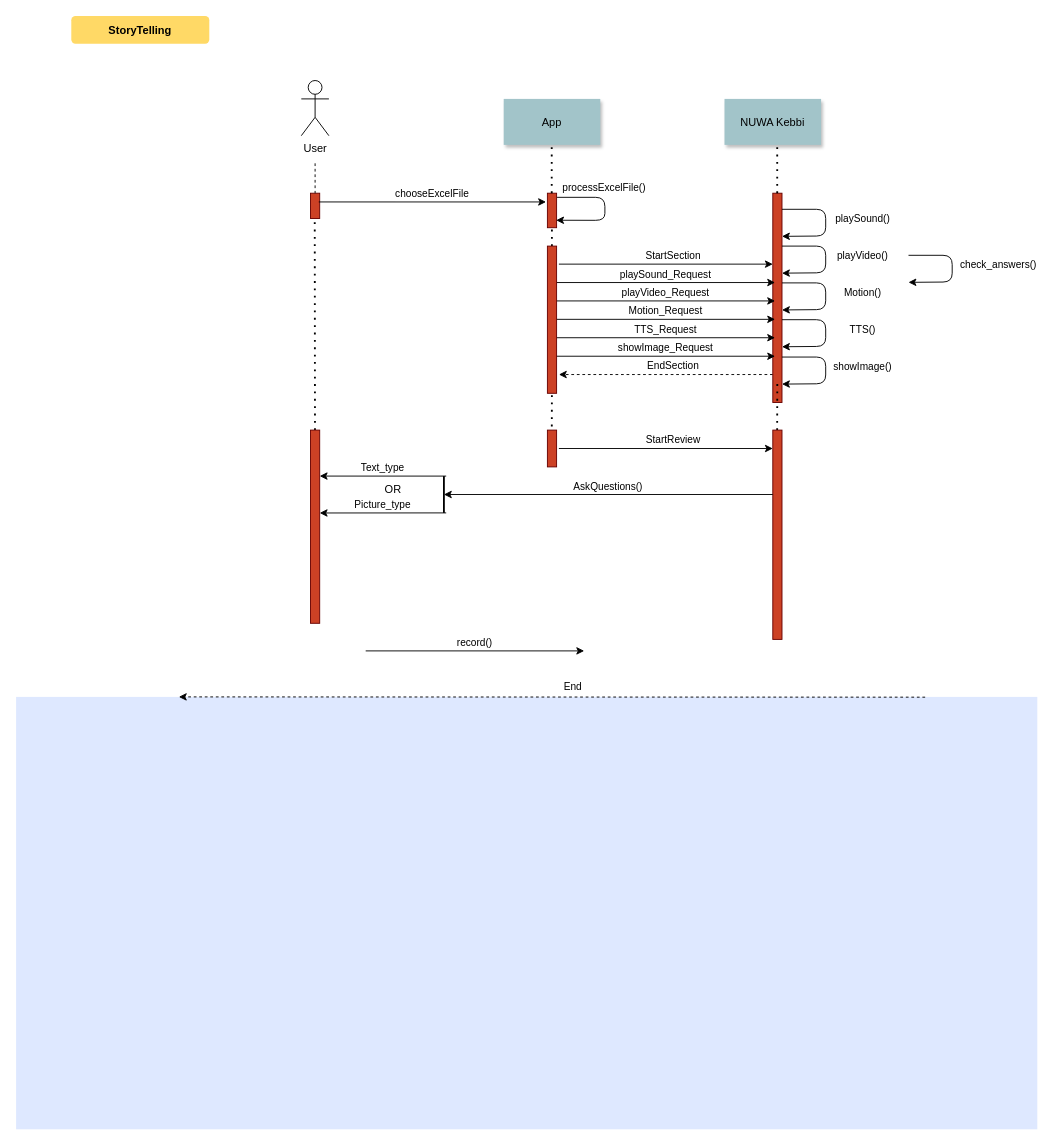
The draw.io diagram page "sequence diagram" (1 of 3) of Untitled Diagram.drawio in chewwwyong/dosomethingexcel, before the edit. Source tidied: cells renumbered, new cells numbered last; positions are measured from the earlier drawing's top-left corner, leaving out a move shared by most shapes. Both pictures are drawn from the tidied source at 92%, with x=0, y=0 at pixel (16, 16).
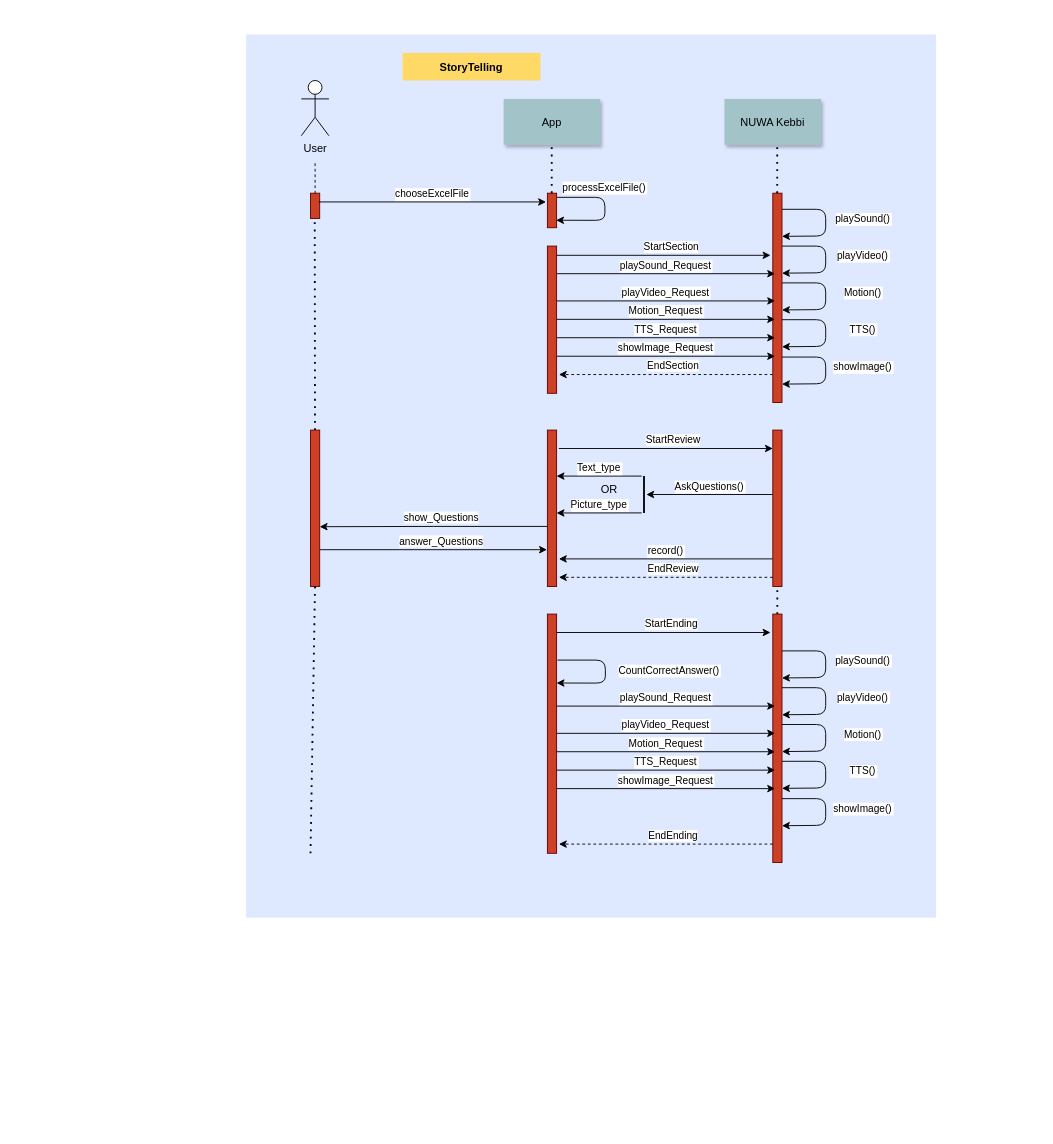
The same page after the edit.

What changed in the source:
```diff
@@
+    <mxCell id="48" style="endArrow=none;dashed=1;html=1;dashPattern=1 3;strokeWidth=2;entryX=0.5;entryY=1;entryDx=0;entryDy=0;" parent="1" edge="1">
+      <mxGeometry relative="1" as="geometry">
+        <mxPoint x="582.2" y="680" as="sourcePoint" />
+        <mxPoint x="582.5" y="590" as="targetPoint" />
+      </mxGeometry>
+    </mxCell>
+    <mxCell id="43" style="endArrow=none;dashed=1;html=1;dashPattern=1 3;strokeWidth=2;entryX=0.5;entryY=1;entryDx=0;entryDy=0;" parent="1" edge="1">
+      <mxGeometry relative="1" as="geometry">
+        <mxPoint x="827.1" y="490" as="sourcePoint" />
+        <mxPoint x="827.4" y="400" as="targetPoint" />
+      </mxGeometry>
+    </mxCell>
@@
     <mxCell id="4" style="fillColor=#DEE8FF;strokeColor=none;" parent="1" vertex="1">
-      <mxGeometry y="740" width="1110" height="470" as="geometry" />
+      <mxGeometry x="250" y="20" width="750" height="960" as="geometry" />
     </mxCell>
@@
-    <mxCell id="14" value="StoryTelling" style="rounded=1;fontStyle=1;fillColor=#FFD966;strokeColor=none;" parent="1" vertex="1">
-      <mxGeometry x="60" width="150" height="30" as="geometry" />
+    <mxCell id="14" value="StoryTelling" style="rounded=1;fontStyle=1;fillColor=#FFD966;strokeColor=none;arcSize=0;" parent="1" vertex="1">
+      <mxGeometry x="420" y="40" width="150" height="30" as="geometry" />
     </mxCell>
@@
-    <mxCell id="16" style="endArrow=classic;html=1;dashed=1;exitX=-0.021;exitY=0.929;exitDx=0;exitDy=0;exitPerimeter=0;" parent="1" edge="1">
-      <mxGeometry relative="1" as="geometry">
-        <mxPoint x="988.1" y="740.3" as="sourcePoint" />
-        <mxPoint x="176.9" y="740" as="targetPoint" />
-      </mxGeometry>
-    </mxCell>
-    <mxCell id="17" value="End" style="edgeLabel;html=1;align=center;verticalAlign=middle;" parent="16" vertex="1">
-      <mxGeometry x="0.07" y="1" relative="1" as="geometry">
-        <mxPoint x="50.2" y="-12.2" as="offset" />
-      </mxGeometry>
-    </mxCell>
-    <mxCell id="18" value="Text_type" style="edgeStyle=elbowEdgeStyle;elbow=vertical;verticalLabelPosition=top;verticalAlign=bottom;startArrow=classic;startFill=1;endArrow=none;endFill=0;exitX=1;exitY=0.238;exitDx=0;exitDy=0;exitPerimeter=0;" parent="1" edge="1" source="46">
-      <mxGeometry x="307.5" y="540" as="geometry">
-        <mxPoint x="467.5" y="500" as="targetPoint" />
-        <Array as="points">
-          <mxPoint x="397.5" y="500" />
-          <mxPoint x="347.5" y="570" />
-        </Array>
-      </mxGeometry>
-    </mxCell>
-    <mxCell id="19" value="Picture_type" style="edgeStyle=elbowEdgeStyle;elbow=vertical;verticalLabelPosition=top;verticalAlign=bottom;endArrow=none;endFill=0;startArrow=classic;startFill=1;exitX=1;exitY=0.429;exitDx=0;exitDy=0;exitPerimeter=0;" parent="1" edge="1" source="46">
-      <mxGeometry x="307.5" y="580" as="geometry">
-        <mxPoint x="467.5" y="540" as="targetPoint" />
-        <Array as="points">
-          <mxPoint x="397.5" y="540" />
-          <mxPoint x="347.5" y="610" />
-        </Array>
-      </mxGeometry>
-    </mxCell>
     <mxCell id="20" style="line;strokeWidth=2;direction=south;html=1;" parent="1" vertex="1">
-      <mxGeometry x="460" y="500" width="10" height="40" as="geometry" />
+      <mxGeometry x="677.5" y="500" width="10" height="40" as="geometry" />
     </mxCell>
     <mxCell id="21" value="OR" style="text;html=1;fillColor=none;align=center;verticalAlign=middle;whiteSpace=wrap;rounded=0;" parent="1" vertex="1">
-      <mxGeometry x="400" y="510" width="20" height="10" as="geometry" />
+      <mxGeometry x="635" y="510" width="20" height="10" as="geometry" />
     </mxCell>
@@
     <mxCell id="25" value="playSound_Request" style="edgeStyle=elbowEdgeStyle;elbow=vertical;verticalLabelPosition=top;verticalAlign=bottom;" parent="1" edge="1">
-      <mxGeometry x="530" y="329.6" as="geometry">
-        <mxPoint x="587.5" y="289.6" as="sourcePoint" />
-        <mxPoint x="825" y="289.8" as="targetPoint" />
+      <mxGeometry x="530" y="320" as="geometry">
+        <mxPoint x="587.5" y="280" as="sourcePoint" />
+        <mxPoint x="825" y="280.2" as="targetPoint" />
         <Array as="points">
-          <mxPoint x="620" y="289.6" />
-          <mxPoint x="570" y="359.6" />
+          <mxPoint x="620" y="280" />
+          <mxPoint x="570" y="350" />
         </Array>
       </mxGeometry>
     </mxCell>
@@
-    <mxCell id="29" value="record()" style="edgeStyle=elbowEdgeStyle;elbow=vertical;verticalLabelPosition=top;verticalAlign=bottom;" parent="1" edge="1">
-      <mxGeometry x="322.5" y="730" as="geometry">
-        <mxPoint x="380" y="690" as="sourcePoint" />
-        <mxPoint x="617.5" y="690.2" as="targetPoint" />
+    <mxCell id="29" value="record()" style="edgeStyle=elbowEdgeStyle;elbow=vertical;verticalLabelPosition=top;verticalAlign=bottom;endArrow=none;endFill=0;startArrow=classic;startFill=1;" parent="1" edge="1">
+      <mxGeometry x="527.5" y="630" as="geometry">
+        <mxPoint x="590" y="590" as="sourcePoint" />
+        <mxPoint x="822.5" y="590.2" as="targetPoint" />
         <Array as="points">
-          <mxPoint x="412.5" y="690" />
-          <mxPoint x="362.5" y="760" />
+          <mxPoint x="617.5" y="590" />
+          <mxPoint x="567.5" y="660" />
         </Array>
       </mxGeometry>
     </mxCell>
@@
-    <mxCell id="31" value="check_answers()" style="edgeStyle=none;verticalLabelPosition=top;verticalAlign=bottom;entryX=1;entryY=0.25;entryDx=0;entryDy=0;" parent="1" edge="1">
-      <mxGeometry x="137.5" y="50" as="geometry">
-        <mxPoint x="970" y="260" as="sourcePoint" />
-        <mxPoint x="970" y="289.4" as="targetPoint" />
-        <Array as="points">
-          <mxPoint x="1017.5" y="260" />
-          <mxPoint x="1017.5" y="289" />
-        </Array>
-        <mxPoint x="98" y="5" as="offset" />
-      </mxGeometry>
-    </mxCell>
@@
     <mxCell id="38" style="fillColor=#CC4125;strokeColor=#660000;" parent="1" vertex="1">
-      <mxGeometry x="577.5" y="450" width="10" height="40" as="geometry" />
+      <mxGeometry x="577.5" y="450" width="10" height="170" as="geometry" />
     </mxCell>
     <mxCell id="39" style="edgeStyle=orthogonalEdgeStyle;rounded=0;orthogonalLoop=1;jettySize=auto;html=1;startArrow=classic;startFill=1;endArrow=none;endFill=0;" parent="1" edge="1">
       <mxGeometry relative="1" as="geometry">
-        <mxPoint x="822.5" y="269.6" as="sourcePoint" />
-        <mxPoint x="590" y="269.6" as="targetPoint" />
+        <mxPoint x="820" y="260" as="sourcePoint" />
+        <mxPoint x="587.5" y="260" as="targetPoint" />
         <Array as="points">
-          <mxPoint x="590" y="269.6" />
+          <mxPoint x="587.5" y="260" />
         </Array>
       </mxGeometry>
     </mxCell>
@@
-    <mxCell id="43" style="endArrow=none;dashed=1;html=1;dashPattern=1 3;strokeWidth=2;entryX=0.5;entryY=1;entryDx=0;entryDy=0;" parent="1" edge="1">
-      <mxGeometry relative="1" as="geometry">
-        <mxPoint x="827.1" y="490" as="sourcePoint" />
-        <mxPoint x="827.4" y="400" as="targetPoint" />
-      </mxGeometry>
-    </mxCell>
     <mxCell id="44" style="fillColor=#CC4125;strokeColor=#660000;" parent="1" vertex="1">
-      <mxGeometry x="822.5" y="450" width="10" height="227.5" as="geometry" />
+      <mxGeometry x="822.5" y="450" width="10" height="170" as="geometry" />
     </mxCell>
@@
     <mxCell id="46" style="fillColor=#CC4125;strokeColor=#660000;" parent="1" vertex="1">
-      <mxGeometry x="320" y="450" width="10" height="210" as="geometry" />
+      <mxGeometry x="320" y="450" width="10" height="170" as="geometry" />
     </mxCell>
     <mxCell id="47" value="AskQuestions()" style="edgeStyle=elbowEdgeStyle;elbow=vertical;verticalLabelPosition=top;verticalAlign=bottom;jumpStyle=arc;entryX=0.535;entryY=0.581;entryDx=0;entryDy=0;entryPerimeter=0;endArrow=none;endFill=0;startArrow=classic;startFill=1;" parent="1" edge="1">
       <mxGeometry x="888.3" y="560.2" as="geometry">
-        <mxPoint x="465" y="520" as="sourcePoint" />
+        <mxPoint x="685" y="520" as="sourcePoint" />
         <mxPoint x="822.5" y="520.4" as="targetPoint" />
         <Array as="points">
           <mxPoint x="803.3" y="520" />
         </Array>
       </mxGeometry>
     </mxCell>
+    <mxCell id="18" value="Text_type" style="edgeStyle=elbowEdgeStyle;elbow=vertical;verticalLabelPosition=top;verticalAlign=bottom;startArrow=classic;startFill=1;endArrow=none;endFill=0;exitX=1;exitY=0.238;exitDx=0;exitDy=0;exitPerimeter=0;" parent="1" edge="1">
+      <mxGeometry x="565" y="540" as="geometry">
+        <mxPoint x="587.5" y="500" as="sourcePoint" />
+        <mxPoint x="680" y="500" as="targetPoint" />
+        <Array as="points">
+          <mxPoint x="655" y="500" />
+          <mxPoint x="605" y="570" />
+        </Array>
+      </mxGeometry>
+    </mxCell>
+    <mxCell id="19" value="Picture_type" style="edgeStyle=elbowEdgeStyle;elbow=vertical;verticalLabelPosition=top;verticalAlign=bottom;endArrow=none;endFill=0;startArrow=classic;startFill=1;exitX=1;exitY=0.429;exitDx=0;exitDy=0;exitPerimeter=0;" parent="1" edge="1">
+      <mxGeometry x="565" y="580" as="geometry">
+        <mxPoint x="587.5" y="540.1" as="sourcePoint" />
+        <mxPoint x="680" y="540" as="targetPoint" />
+        <Array as="points">
+          <mxPoint x="655" y="540" />
+          <mxPoint x="605" y="610" />
+        </Array>
+      </mxGeometry>
+    </mxCell>
+    <mxCell id="49" style="edgeStyle=orthogonalEdgeStyle;rounded=0;orthogonalLoop=1;jettySize=auto;html=1;startArrow=none;startFill=0;endArrow=classic;endFill=1;" parent="1" edge="1">
+      <mxGeometry relative="1" as="geometry">
+        <mxPoint x="577.5" y="554.7" as="sourcePoint" />
+        <mxPoint x="330" y="555" as="targetPoint" />
+        <Array as="points">
+          <mxPoint x="454" y="555" />
+          <mxPoint x="330" y="555" />
+        </Array>
+      </mxGeometry>
+    </mxCell>
+    <mxCell id="50" value="show_Questions" style="edgeLabel;html=1;align=center;verticalAlign=middle;" parent="49" vertex="1">
+      <mxGeometry x="-0.06" relative="1" as="geometry">
+        <mxPoint y="-10" as="offset" />
+      </mxGeometry>
+    </mxCell>
+    <mxCell id="51" style="edgeStyle=orthogonalEdgeStyle;rounded=0;orthogonalLoop=1;jettySize=auto;html=1;startArrow=classic;startFill=1;endArrow=none;endFill=0;" parent="1" edge="1">
+      <mxGeometry relative="1" as="geometry">
+        <mxPoint x="577" y="580" as="sourcePoint" />
+        <mxPoint x="330" y="580" as="targetPoint" />
+        <Array as="points">
+          <mxPoint x="577" y="580" />
+        </Array>
+      </mxGeometry>
+    </mxCell>
+    <mxCell id="52" value="answer_Questions" style="edgeLabel;html=1;align=center;verticalAlign=middle;" parent="51" vertex="1">
+      <mxGeometry x="-0.06" relative="1" as="geometry">
+        <mxPoint y="-10" as="offset" />
+      </mxGeometry>
+    </mxCell>
+    <mxCell id="53" style="edgeStyle=orthogonalEdgeStyle;rounded=0;orthogonalLoop=1;jettySize=auto;html=1;startArrow=none;startFill=0;endArrow=classic;endFill=1;dashed=1;" parent="1" edge="1">
+      <mxGeometry relative="1" as="geometry">
+        <mxPoint x="822.5" y="610" as="sourcePoint" />
+        <mxPoint x="590" y="610" as="targetPoint" />
+        <Array as="points">
+          <mxPoint x="590" y="610" />
+        </Array>
+      </mxGeometry>
+    </mxCell>
+    <mxCell id="54" value="EndReview" style="edgeLabel;html=1;align=center;verticalAlign=middle;" parent="53" vertex="1">
+      <mxGeometry x="-0.06" relative="1" as="geometry">
+        <mxPoint y="-10" as="offset" />
+      </mxGeometry>
+    </mxCell>
+    <mxCell id="55" style="endArrow=none;dashed=1;html=1;dashPattern=1 3;strokeWidth=2;entryX=0.5;entryY=1;entryDx=0;entryDy=0;" parent="1" edge="1" source="58">
+      <mxGeometry relative="1" as="geometry">
+        <mxPoint x="827.4" y="620" as="targetPoint" />
+      </mxGeometry>
+    </mxCell>
+    <mxCell id="56" style="endArrow=none;dashed=1;html=1;dashPattern=1 3;strokeWidth=2;entryX=0.5;entryY=1;entryDx=0;entryDy=0;" parent="1" edge="1">
+      <mxGeometry relative="1" as="geometry">
+        <mxPoint x="320" y="910" as="sourcePoint" />
+        <mxPoint x="324.9" y="620" as="targetPoint" />
+      </mxGeometry>
+    </mxCell>
+    <mxCell id="57" style="fillColor=#CC4125;strokeColor=#660000;" parent="1" vertex="1">
+      <mxGeometry x="577.5" y="650" width="10" height="260" as="geometry" />
+    </mxCell>
+    <mxCell id="58" style="fillColor=#CC4125;strokeColor=#660000;" parent="1" vertex="1">
+      <mxGeometry x="822.5" y="650" width="10" height="270" as="geometry" />
+    </mxCell>
+    <mxCell id="59" style="edgeStyle=orthogonalEdgeStyle;rounded=0;orthogonalLoop=1;jettySize=auto;html=1;startArrow=classic;startFill=1;endArrow=none;endFill=0;" parent="1" edge="1">
+      <mxGeometry relative="1" as="geometry">
+        <mxPoint x="820" y="670" as="sourcePoint" />
+        <mxPoint x="587.5" y="670" as="targetPoint" />
+        <Array as="points">
+          <mxPoint x="587.5" y="670" />
+        </Array>
+      </mxGeometry>
+    </mxCell>
+    <mxCell id="60" value="StartEnding" style="edgeLabel;html=1;align=center;verticalAlign=middle;" parent="59" vertex="1">
+      <mxGeometry x="-0.06" relative="1" as="geometry">
+        <mxPoint y="-10" as="offset" />
+      </mxGeometry>
+    </mxCell>
+    <mxCell id="61" style="edgeStyle=orthogonalEdgeStyle;rounded=0;orthogonalLoop=1;jettySize=auto;html=1;startArrow=none;startFill=0;endArrow=classic;endFill=1;dashed=1;" parent="1" edge="1">
+      <mxGeometry relative="1" as="geometry">
+        <mxPoint x="822.5" y="900" as="sourcePoint" />
+        <mxPoint x="590" y="900" as="targetPoint" />
+        <Array as="points">
+          <mxPoint x="590" y="900" />
+        </Array>
+      </mxGeometry>
+    </mxCell>
+    <mxCell id="62" value="EndEnding" style="edgeLabel;html=1;align=center;verticalAlign=middle;" parent="61" vertex="1">
+      <mxGeometry x="-0.06" relative="1" as="geometry">
+        <mxPoint y="-10" as="offset" />
+      </mxGeometry>
+    </mxCell>
+    <mxCell id="63" value="CountCorrectAnswer()" style="edgeStyle=none;verticalLabelPosition=top;verticalAlign=bottom;entryX=0.953;entryY=0.784;entryDx=0;entryDy=0;entryPerimeter=0;" parent="1" edge="1">
+      <mxGeometry as="geometry">
+        <mxPoint x="588.5" y="700" as="sourcePoint" />
+        <mxPoint x="587.5" y="724.9" as="targetPoint" />
+        <Array as="points">
+          <mxPoint x="640.5" y="700" />
+          <mxPoint x="640.5" y="725" />
+        </Array>
+        <mxPoint x="122" y="8" as="offset" />
+      </mxGeometry>
+    </mxCell>
+    <mxCell id="64" value="playVideo_Request" style="edgeStyle=elbowEdgeStyle;elbow=vertical;verticalLabelPosition=top;verticalAlign=bottom;" parent="1" edge="1">
+      <mxGeometry x="530" y="819.6" as="geometry">
+        <mxPoint x="587.5" y="779.6" as="sourcePoint" />
+        <mxPoint x="825" y="779.8" as="targetPoint" />
+        <Array as="points">
+          <mxPoint x="620" y="779.6" />
+          <mxPoint x="570" y="849.6" />
+        </Array>
+      </mxGeometry>
+    </mxCell>
+    <mxCell id="65" value="Motion_Request" style="edgeStyle=elbowEdgeStyle;elbow=vertical;verticalLabelPosition=top;verticalAlign=bottom;" parent="1" edge="1">
+      <mxGeometry x="530" y="839.6" as="geometry">
+        <mxPoint x="587.5" y="799.6" as="sourcePoint" />
+        <mxPoint x="825" y="799.8" as="targetPoint" />
+        <Array as="points">
+          <mxPoint x="620" y="799.6" />
+          <mxPoint x="570" y="869.6" />
+        </Array>
+      </mxGeometry>
+    </mxCell>
+    <mxCell id="66" value="playSound_Request" style="edgeStyle=elbowEdgeStyle;elbow=vertical;verticalLabelPosition=top;verticalAlign=bottom;" parent="1" edge="1">
+      <mxGeometry x="530" y="790" as="geometry">
+        <mxPoint x="587.5" y="750" as="sourcePoint" />
+        <mxPoint x="825" y="750.2" as="targetPoint" />
+        <Array as="points">
+          <mxPoint x="620" y="750" />
+          <mxPoint x="570" y="820" />
+        </Array>
+      </mxGeometry>
+    </mxCell>
+    <mxCell id="67" value="TTS_Request" style="edgeStyle=elbowEdgeStyle;elbow=vertical;verticalLabelPosition=top;verticalAlign=bottom;" parent="1" edge="1">
+      <mxGeometry x="530" y="859.6" as="geometry">
+        <mxPoint x="587.5" y="819.6" as="sourcePoint" />
+        <mxPoint x="825" y="819.8" as="targetPoint" />
+        <Array as="points">
+          <mxPoint x="620" y="819.6" />
+          <mxPoint x="570" y="889.6" />
+        </Array>
+      </mxGeometry>
+    </mxCell>
+    <mxCell id="68" value="showImage_Request" style="edgeStyle=elbowEdgeStyle;elbow=vertical;verticalLabelPosition=top;verticalAlign=bottom;" parent="1" edge="1">
+      <mxGeometry x="530" y="879.7" as="geometry">
+        <mxPoint x="587.5" y="839.7" as="sourcePoint" />
+        <mxPoint x="825" y="839.8" as="targetPoint" />
+        <Array as="points">
+          <mxPoint x="620" y="839.7" />
+          <mxPoint x="570" y="909.7" />
+        </Array>
+      </mxGeometry>
+    </mxCell>
+    <mxCell id="69" value="playSound()" style="edgeStyle=none;verticalLabelPosition=top;verticalAlign=bottom;entryX=1;entryY=0.25;entryDx=0;entryDy=0;" parent="1" edge="1">
+      <mxGeometry y="460" as="geometry">
+        <mxPoint x="832.5" y="690" as="sourcePoint" />
+        <mxPoint x="832.5" y="719.4" as="targetPoint" />
+        <Array as="points">
+          <mxPoint x="880" y="690" />
+          <mxPoint x="880" y="719" />
+        </Array>
+        <mxPoint x="88" y="5" as="offset" />
+      </mxGeometry>
+    </mxCell>
+    <mxCell id="70" value="playVideo()" style="edgeStyle=none;verticalLabelPosition=top;verticalAlign=bottom;entryX=1;entryY=0.25;entryDx=0;entryDy=0;" parent="1" edge="1">
+      <mxGeometry y="500" as="geometry">
+        <mxPoint x="832.5" y="730" as="sourcePoint" />
+        <mxPoint x="832.5" y="759.4" as="targetPoint" />
+        <Array as="points">
+          <mxPoint x="880" y="730" />
+          <mxPoint x="880" y="759" />
+        </Array>
+        <mxPoint x="88" y="5" as="offset" />
+      </mxGeometry>
+    </mxCell>
+    <mxCell id="71" value="Motion()" style="edgeStyle=none;verticalLabelPosition=top;verticalAlign=bottom;entryX=1;entryY=0.25;entryDx=0;entryDy=0;" parent="1" edge="1">
+      <mxGeometry y="540" as="geometry">
+        <mxPoint x="832.5" y="770" as="sourcePoint" />
+        <mxPoint x="832.5" y="799.4" as="targetPoint" />
+        <Array as="points">
+          <mxPoint x="880" y="770" />
+          <mxPoint x="880" y="799" />
+        </Array>
+        <mxPoint x="88" y="5" as="offset" />
+      </mxGeometry>
+    </mxCell>
+    <mxCell id="72" value="TTS()" style="edgeStyle=none;verticalLabelPosition=top;verticalAlign=bottom;entryX=1;entryY=0.25;entryDx=0;entryDy=0;" parent="1" edge="1">
+      <mxGeometry y="580" as="geometry">
+        <mxPoint x="832.5" y="810" as="sourcePoint" />
+        <mxPoint x="832.5" y="839.4" as="targetPoint" />
+        <Array as="points">
+          <mxPoint x="880" y="810" />
+          <mxPoint x="880" y="839" />
+        </Array>
+        <mxPoint x="88" y="5" as="offset" />
+      </mxGeometry>
+    </mxCell>
+    <mxCell id="73" value="showImage()" style="edgeStyle=none;verticalLabelPosition=top;verticalAlign=bottom;entryX=1;entryY=0.25;entryDx=0;entryDy=0;" parent="1" edge="1">
+      <mxGeometry y="620.6" as="geometry">
+        <mxPoint x="832.5" y="850.6" as="sourcePoint" />
+        <mxPoint x="832.5" y="880" as="targetPoint" />
+        <Array as="points">
+          <mxPoint x="880" y="850.6" />
+          <mxPoint x="880" y="879.6" />
+        </Array>
+        <mxPoint x="88" y="5" as="offset" />
+      </mxGeometry>
+    </mxCell>
```
